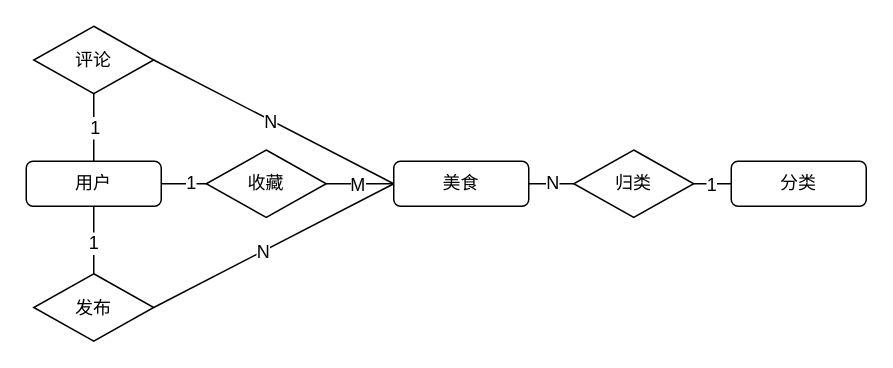
asharca/drawio keeps this draw.io diagram as food_er.drawio. Above is the earlier version. Source tidied: cells renumbered, new cells numbered last; positions are measured from the earlier drawing's top-left corner, leaving out a move shared by most shapes. Both pictures are drawn from the tidied source at 150%, with x=0, y=0 at pixel (26, 26).
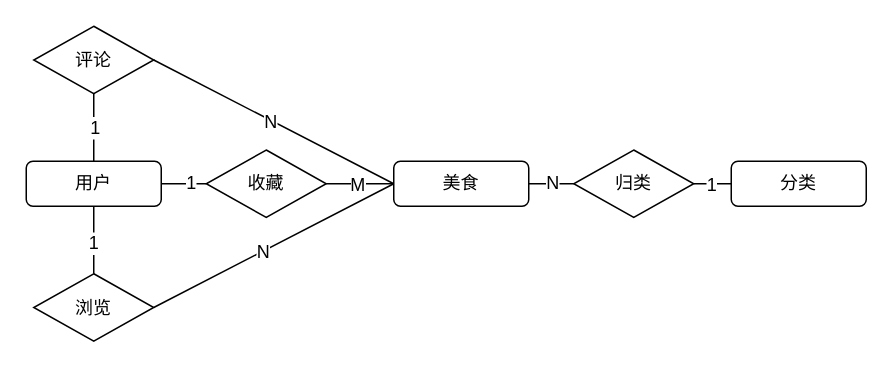
Above is the later version.

Diff of the diagram source:
```diff
@@
-    <mxCell id="14" value="发布" style="rhombus;whiteSpace=wrap;html=1;" parent="1" vertex="1">
+    <mxCell id="14" value="浏览" style="rhombus;whiteSpace=wrap;html=1;" parent="1" vertex="1">
       <mxGeometry x="5" y="165" width="80" height="45" as="geometry" />
     </mxCell>
```
